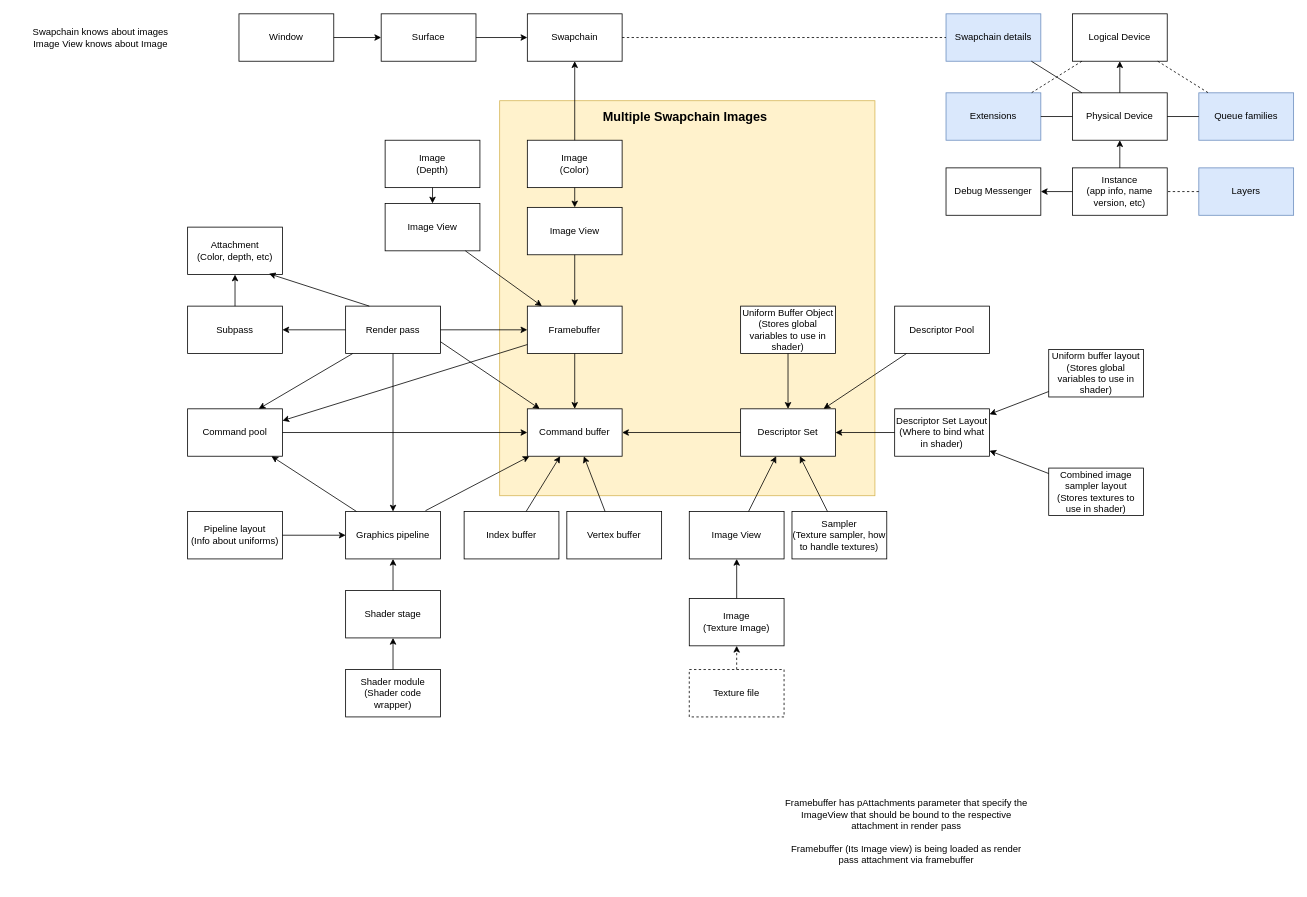
Before: StarburstRenderingEngine/StarburstRenderingEngine/res/Other/VulkanDependencies.drawio in MattSzymonski/Starburst-Rendering-Engine, a draw.io diagram. Source tidied: cells renumbered, new cells numbered last; positions are measured from the earlier drawing's top-left corner, leaving out a move shared by most shapes. Both pictures are drawn from the tidied source at 79%, with x=0, y=0 at pixel (13, 13).
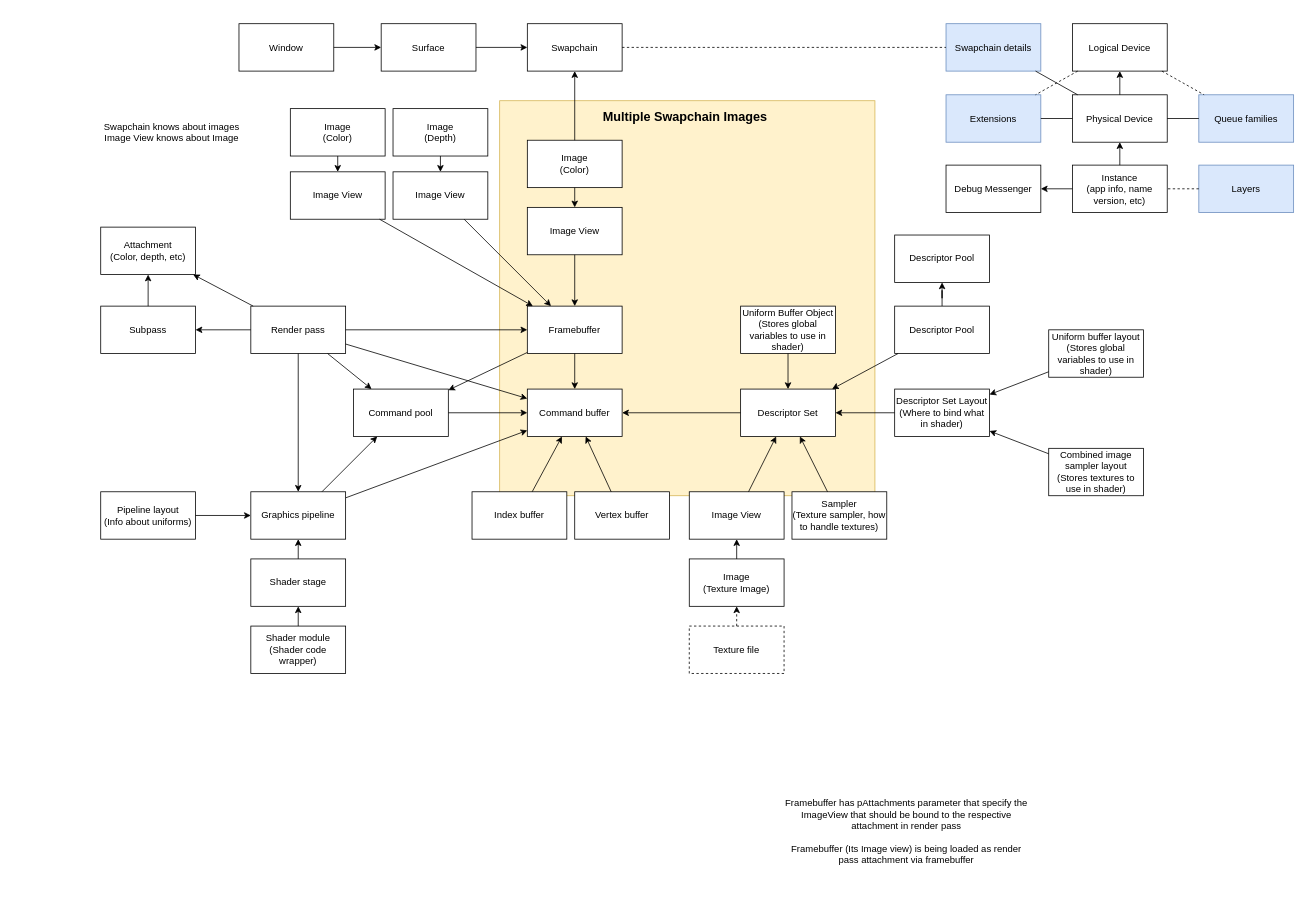
The same page after the edit.

Commit message (it also covers changes not shown here):
Mipmapping and MSAA

The change refers to these unchanged cells:
```xml
<mxCell id="7" value="&lt;span style=&quot;white-space: normal&quot;&gt;Framebuffer&lt;/span&gt;" style="rounded=0;whiteSpace=wrap;html=1;" parent="1" vertex="1">
  <mxGeometry x="650" y="370" width="120" height="60" as="geometry" />
</mxCell>
<mxCell id="63" value="Descriptor Pool" style="rounded=0;whiteSpace=wrap;html=1;" parent="1" vertex="1">
  <mxGeometry x="1115" y="370" width="120" height="60" as="geometry" />
</mxCell>
```

What changed in the source:
```diff
@@
-    <mxCell id="3" style="endArrow=classic;html=1;exitX=0.842;exitY=-0.017;exitDx=0;exitDy=0;exitPerimeter=0;" parent="1" edge="1" source="21" target="8">
+    <mxCell id="3" style="endArrow=classic;html=1;" parent="1" edge="1" source="21" target="8">
       <mxGeometry relative="1" as="geometry" />
     </mxCell>
     <mxCell id="4" value="&lt;span style=&quot;white-space: normal&quot;&gt;Swapchain&lt;/span&gt;" style="rounded=0;whiteSpace=wrap;html=1;" parent="1" vertex="1">
-      <mxGeometry x="650" width="120" height="60" as="geometry" />
+      <mxGeometry x="650" y="12.5" width="120" height="60" as="geometry" />
     </mxCell>
@@
     <mxCell id="8" value="&lt;span style=&quot;white-space: normal&quot;&gt;Command buffer&lt;/span&gt;" style="rounded=0;whiteSpace=wrap;html=1;" parent="1" vertex="1">
-      <mxGeometry x="650" y="500" width="120" height="60" as="geometry" />
+      <mxGeometry x="650" y="475" width="120" height="60" as="geometry" />
     </mxCell>
@@
     <mxCell id="10" value="&lt;span style=&quot;white-space: normal&quot;&gt;Render pass&lt;/span&gt;" style="rounded=0;whiteSpace=wrap;html=1;" parent="1" vertex="1">
-      <mxGeometry x="420" y="370" width="120" height="60" as="geometry" />
+      <mxGeometry x="300" y="370" width="120" height="60" as="geometry" />
     </mxCell>
     <mxCell id="11" value="&lt;span style=&quot;white-space: normal&quot;&gt;Attachment&lt;br&gt;(Color, depth, etc)&lt;br&gt;&lt;/span&gt;" style="rounded=0;whiteSpace=wrap;html=1;" parent="1" vertex="1">
-      <mxGeometry x="220" y="270" width="120" height="60" as="geometry" />
+      <mxGeometry x="110" y="270" width="120" height="60" as="geometry" />
     </mxCell>
     <mxCell id="12" value="&lt;span style=&quot;white-space: normal&quot;&gt;Subpass&lt;/span&gt;" style="rounded=0;whiteSpace=wrap;html=1;" parent="1" vertex="1">
-      <mxGeometry x="220" y="370" width="120" height="60" as="geometry" />
+      <mxGeometry x="110" y="370" width="120" height="60" as="geometry" />
     </mxCell>
@@
     <mxCell id="15" value="Swapchain knows about images&lt;br&gt;Image View knows about Image" style="text;html=1;strokeColor=none;fillColor=none;align=center;verticalAlign=middle;whiteSpace=wrap;rounded=0;" parent="1" vertex="1">
-      <mxGeometry width="220" height="60" as="geometry" />
+      <mxGeometry x="90" y="120" width="220" height="60" as="geometry" />
     </mxCell>
-    <mxCell id="16" style="endArrow=classic;html=1;exitX=0;exitY=0.5;exitDx=0;exitDy=0;entryX=1;entryY=0.5;entryDx=0;entryDy=0;" parent="1" edge="1" source="10" target="12">
+    <mxCell id="16" style="endArrow=classic;html=1;" parent="1" edge="1" source="10" target="12">
       <mxGeometry relative="1" as="geometry" />
     </mxCell>
-    <mxCell id="17" style="endArrow=classic;html=1;exitX=0.25;exitY=0;exitDx=0;exitDy=0;entryX=0.858;entryY=0.983;entryDx=0;entryDy=0;entryPerimeter=0;" parent="1" edge="1" source="10" target="11">
+    <mxCell id="17" style="endArrow=classic;html=1;" parent="1" edge="1" source="10" target="11">
       <mxGeometry relative="1" as="geometry" />
     </mxCell>
@@
     <mxCell id="19" value="&lt;span style=&quot;white-space: normal&quot;&gt;Shader module&lt;br&gt;(Shader code wrapper)&lt;br&gt;&lt;/span&gt;" style="rounded=0;whiteSpace=wrap;html=1;" parent="1" vertex="1">
-      <mxGeometry x="420" y="830" width="120" height="60" as="geometry" />
+      <mxGeometry x="300" y="775" width="120" height="60" as="geometry" />
     </mxCell>
     <mxCell id="20" value="&lt;span style=&quot;white-space: normal&quot;&gt;Pipeline layout&lt;br&gt;(Info about uniforms)&lt;br&gt;&lt;/span&gt;" style="rounded=0;whiteSpace=wrap;html=1;" parent="1" vertex="1">
-      <mxGeometry x="220" y="630" width="120" height="60" as="geometry" />
+      <mxGeometry x="110" y="605" width="120" height="60" as="geometry" />
     </mxCell>
     <mxCell id="21" value="&lt;span style=&quot;white-space: normal&quot;&gt;Graphics pipeline&lt;/span&gt;" style="rounded=0;whiteSpace=wrap;html=1;" parent="1" vertex="1">
-      <mxGeometry x="420" y="630" width="120" height="60" as="geometry" />
+      <mxGeometry x="300" y="605" width="120" height="60" as="geometry" />
     </mxCell>
-    <mxCell id="22" style="endArrow=classic;html=1;entryX=0;entryY=0.5;entryDx=0;entryDy=0;exitX=1;exitY=0.5;exitDx=0;exitDy=0;" parent="1" edge="1" source="20" target="21">
+    <mxCell id="22" style="endArrow=classic;html=1;entryX=0;entryY=0.5;entryDx=0;entryDy=0;" parent="1" edge="1" source="20" target="21">
       <mxGeometry relative="1" as="geometry" />
     </mxCell>
@@
     <mxCell id="24" value="&lt;span style=&quot;white-space: normal&quot;&gt;Shader stage&lt;/span&gt;" style="rounded=0;whiteSpace=wrap;html=1;" parent="1" vertex="1">
-      <mxGeometry x="420" y="730" width="120" height="60" as="geometry" />
+      <mxGeometry x="300" y="690" width="120" height="60" as="geometry" />
     </mxCell>
@@
-    <mxCell id="28" style="endArrow=classic;html=1;exitX=1;exitY=0.75;exitDx=0;exitDy=0;" parent="1" edge="1" source="10" target="8">
+    <mxCell id="28" style="endArrow=classic;html=1;" parent="1" edge="1" source="10" target="8">
       <mxGeometry relative="1" as="geometry" />
     </mxCell>
@@
     <mxCell id="30" value="Window" style="rounded=0;whiteSpace=wrap;html=1;" parent="1" vertex="1">
-      <mxGeometry x="285" width="120" height="60" as="geometry" />
+      <mxGeometry x="285" y="12.5" width="120" height="60" as="geometry" />
     </mxCell>
     <mxCell id="31" value="Surface" style="rounded=0;whiteSpace=wrap;html=1;" parent="1" vertex="1">
-      <mxGeometry x="465" width="120" height="60" as="geometry" />
+      <mxGeometry x="465" y="12.5" width="120" height="60" as="geometry" />
     </mxCell>
@@
     <mxCell id="34" value="&lt;span style=&quot;white-space: normal&quot;&gt;Command pool&lt;br&gt;&lt;/span&gt;" style="rounded=0;whiteSpace=wrap;html=1;" parent="1" vertex="1">
-      <mxGeometry x="220" y="500" width="120" height="60" as="geometry" />
+      <mxGeometry x="430" y="475" width="120" height="60" as="geometry" />
     </mxCell>
-    <mxCell id="35" style="endArrow=classic;html=1;strokeColor=#000000;entryX=0.75;entryY=0;entryDx=0;entryDy=0;" parent="1" edge="1" source="10" target="34">
+    <mxCell id="35" style="endArrow=classic;html=1;strokeColor=#000000;" parent="1" edge="1" source="10" target="34">
       <mxGeometry relative="1" as="geometry" />
     </mxCell>
-    <mxCell id="36" style="endArrow=classic;html=1;strokeColor=#000000;entryX=1;entryY=0.25;entryDx=0;entryDy=0;" parent="1" edge="1" source="7" target="34">
+    <mxCell id="36" style="endArrow=classic;html=1;strokeColor=#000000;" parent="1" edge="1" source="7" target="34">
       <mxGeometry relative="1" as="geometry" />
     </mxCell>
@@
     <mxCell id="40" value="Instance&lt;br&gt;(app info, name version, etc)" style="rounded=0;whiteSpace=wrap;html=1;" parent="1" vertex="1">
-      <mxGeometry x="1340" y="195" width="120" height="60" as="geometry" />
+      <mxGeometry x="1340" y="191.5" width="120" height="60" as="geometry" />
     </mxCell>
     <mxCell id="41" value="Physical Device" style="rounded=0;whiteSpace=wrap;html=1;" parent="1" vertex="1">
-      <mxGeometry x="1340" y="100" width="120" height="60" as="geometry" />
+      <mxGeometry x="1340" y="102.5" width="120" height="60" as="geometry" />
     </mxCell>
@@
     <mxCell id="43" value="Queue families" style="rounded=0;whiteSpace=wrap;html=1;fillColor=#dae8fc;strokeColor=#6c8ebf;" parent="1" vertex="1">
-      <mxGeometry x="1500" y="100" width="120" height="60" as="geometry" />
+      <mxGeometry x="1500" y="102.5" width="120" height="60" as="geometry" />
     </mxCell>
@@
     <mxCell id="45" value="Layers" style="rounded=0;whiteSpace=wrap;html=1;fillColor=#dae8fc;strokeColor=#6c8ebf;" parent="1" vertex="1">
-      <mxGeometry x="1500" y="195" width="120" height="60" as="geometry" />
+      <mxGeometry x="1500" y="191.5" width="120" height="60" as="geometry" />
     </mxCell>
     <mxCell id="46" value="Extensions" style="rounded=0;whiteSpace=wrap;html=1;fillColor=#dae8fc;strokeColor=#6c8ebf;" parent="1" vertex="1">
-      <mxGeometry x="1180" y="100" width="120" height="60" as="geometry" />
+      <mxGeometry x="1180" y="102.5" width="120" height="60" as="geometry" />
     </mxCell>
@@
     <mxCell id="48" value="Debug Messenger" style="rounded=0;whiteSpace=wrap;html=1;" parent="1" vertex="1">
-      <mxGeometry x="1180" y="195" width="120" height="60" as="geometry" />
+      <mxGeometry x="1180" y="191.5" width="120" height="60" as="geometry" />
     </mxCell>
@@
     <mxCell id="50" value="Logical Device" style="rounded=0;whiteSpace=wrap;html=1;" parent="1" vertex="1">
-      <mxGeometry x="1340" width="120" height="60" as="geometry" />
+      <mxGeometry x="1340" y="12.5" width="120" height="60" as="geometry" />
     </mxCell>
@@
     <mxCell id="54" value="Swapchain details" style="rounded=0;whiteSpace=wrap;html=1;fillColor=#dae8fc;strokeColor=#6c8ebf;" parent="1" vertex="1">
-      <mxGeometry x="1180" width="120" height="60" as="geometry" />
+      <mxGeometry x="1180" y="12.5" width="120" height="60" as="geometry" />
     </mxCell>
@@
     <mxCell id="58" value="Vertex buffer" style="rounded=0;whiteSpace=wrap;html=1;" parent="1" vertex="1">
-      <mxGeometry x="700" y="630" width="120" height="60" as="geometry" />
+      <mxGeometry x="710" y="605" width="120" height="60" as="geometry" />
     </mxCell>
     <mxCell id="59" value="Index buffer" style="rounded=0;whiteSpace=wrap;html=1;" parent="1" vertex="1">
-      <mxGeometry x="570" y="630" width="120" height="60" as="geometry" />
+      <mxGeometry x="580" y="605" width="120" height="60" as="geometry" />
     </mxCell>
@@
+    <mxCell id="87" style="edgeStyle=orthogonalEdgeStyle;rounded=0;jettySize=auto;html=1;" parent="1" edge="1" source="63" target="88">
+      <mxGeometry relative="1" as="geometry" />
+    </mxCell>
@@
+    <mxCell id="88" value="Descriptor Pool" style="rounded=0;whiteSpace=wrap;html=1;" parent="1" vertex="1">
+      <mxGeometry x="1115" y="280" width="120" height="60" as="geometry" />
+    </mxCell>
     <mxCell id="64" value="Descriptor Set" style="rounded=0;whiteSpace=wrap;html=1;" parent="1" vertex="1">
-      <mxGeometry x="920" y="500" width="120" height="60" as="geometry" />
+      <mxGeometry x="920" y="475" width="120" height="60" as="geometry" />
     </mxCell>
@@
     <mxCell id="66" value="Descriptor Set Layout&lt;br&gt;(Where to bind what&lt;br&gt;in shader)" style="rounded=0;whiteSpace=wrap;html=1;" parent="1" vertex="1">
-      <mxGeometry x="1115" y="500" width="120" height="60" as="geometry" />
+      <mxGeometry x="1115" y="475" width="120" height="60" as="geometry" />
     </mxCell>
@@
     <mxCell id="71" value="Uniform buffer layout&lt;br&gt;(Stores global variables to use in shader)" style="rounded=0;whiteSpace=wrap;html=1;" parent="1" vertex="1">
-      <mxGeometry x="1310" y="425" width="120" height="60" as="geometry" />
+      <mxGeometry x="1310" y="400" width="120" height="60" as="geometry" />
     </mxCell>
     <mxCell id="72" value="Combined image sampler layout&lt;br&gt;(Stores textures to use in shader)" style="rounded=0;whiteSpace=wrap;html=1;" parent="1" vertex="1">
-      <mxGeometry x="1310" y="575" width="120" height="60" as="geometry" />
+      <mxGeometry x="1310" y="550" width="120" height="60" as="geometry" />
     </mxCell>
@@
     <mxCell id="75" value="Texture file" style="rounded=0;whiteSpace=wrap;html=1;dashed=1;" parent="1" vertex="1">
-      <mxGeometry x="855" y="830" width="120" height="60" as="geometry" />
+      <mxGeometry x="855" y="775" width="120" height="60" as="geometry" />
     </mxCell>
     <mxCell id="76" value="Image&lt;br&gt;(Texture Image)" style="rounded=0;whiteSpace=wrap;html=1;" parent="1" vertex="1">
-      <mxGeometry x="855" y="740" width="120" height="60" as="geometry" />
+      <mxGeometry x="855" y="690" width="120" height="60" as="geometry" />
     </mxCell>
@@
     <mxCell id="78" value="&lt;span style=&quot;white-space: normal&quot;&gt;Image View&lt;/span&gt;" style="rounded=0;whiteSpace=wrap;html=1;" parent="1" vertex="1">
-      <mxGeometry x="855" y="630" width="120" height="60" as="geometry" />
+      <mxGeometry x="855" y="605" width="120" height="60" as="geometry" />
     </mxCell>
@@
     <mxCell id="81" value="&lt;span style=&quot;white-space: normal&quot;&gt;Sampler&lt;br&gt;(Texture sampler, how to handle textures)&lt;br&gt;&lt;/span&gt;" style="rounded=0;whiteSpace=wrap;html=1;" parent="1" vertex="1">
-      <mxGeometry x="985" y="630" width="120" height="60" as="geometry" />
+      <mxGeometry x="985" y="605" width="120" height="60" as="geometry" />
     </mxCell>
@@
     <mxCell id="83" value="&lt;span style=&quot;white-space: normal&quot;&gt;Image View&lt;br&gt;&lt;/span&gt;" style="rounded=0;whiteSpace=wrap;html=1;" parent="1" vertex="1">
-      <mxGeometry x="470" y="240" width="120" height="60" as="geometry" />
+      <mxGeometry x="480" y="200" width="120" height="60" as="geometry" />
     </mxCell>
     <mxCell id="84" value="&lt;span style=&quot;white-space: normal&quot;&gt;Image&lt;br&gt;(Depth)&lt;br&gt;&lt;/span&gt;" style="rounded=0;whiteSpace=wrap;html=1;" parent="1" vertex="1">
-      <mxGeometry x="470" y="160" width="120" height="60" as="geometry" />
+      <mxGeometry x="480" y="120" width="120" height="60" as="geometry" />
     </mxCell>
@@
+    <mxCell id="89" value="&lt;span style=&quot;white-space: normal&quot;&gt;Image View&lt;br&gt;&lt;/span&gt;" style="rounded=0;whiteSpace=wrap;html=1;" parent="1" vertex="1">
+      <mxGeometry x="350" y="200" width="120" height="60" as="geometry" />
+    </mxCell>
+    <mxCell id="90" value="&lt;span style=&quot;white-space: normal&quot;&gt;Image&lt;br&gt;(Color)&lt;br&gt;&lt;/span&gt;" style="rounded=0;whiteSpace=wrap;html=1;" parent="1" vertex="1">
+      <mxGeometry x="350" y="120" width="120" height="60" as="geometry" />
+    </mxCell>
+    <mxCell id="91" style="endArrow=classic;html=1;" parent="1" edge="1" source="90" target="89">
+      <mxGeometry relative="1" as="geometry" />
+    </mxCell>
+    <mxCell id="92" style="endArrow=classic;html=1;" parent="1" edge="1" source="89" target="7">
+      <mxGeometry relative="1" as="geometry" />
+    </mxCell>
```
